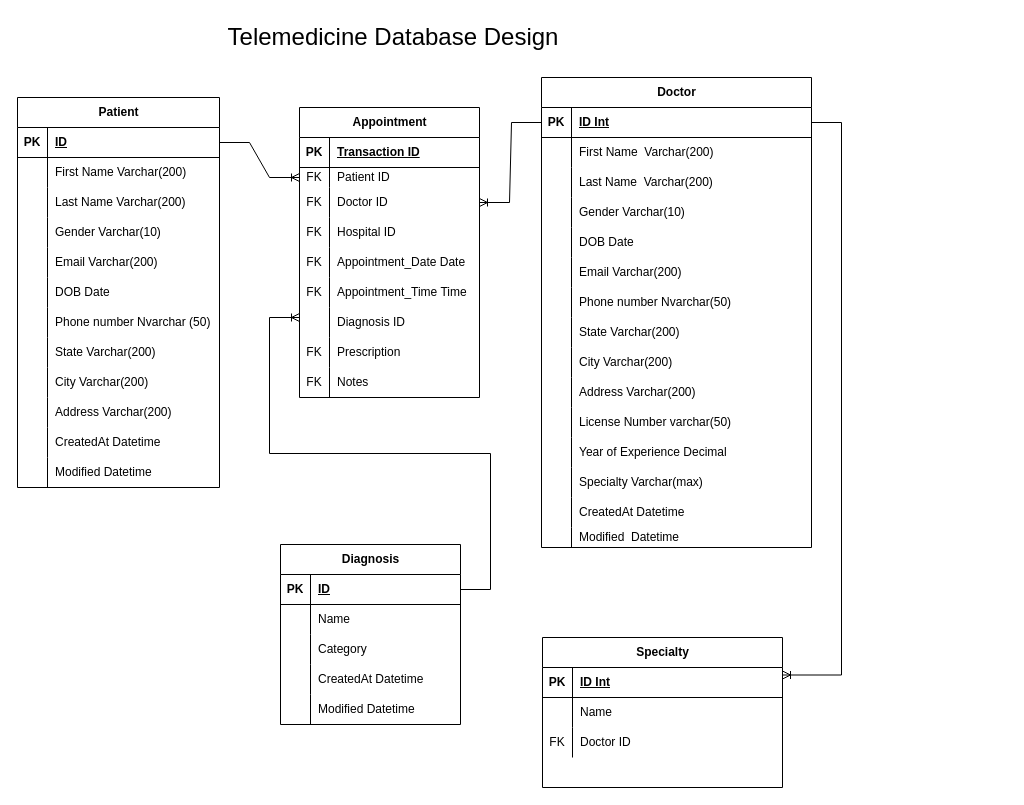
This is Telemedicine Db.drawio from Mzbeth02/Db_Design, a draw.io file, before an edit. Source tidied: cells renumbered, new cells numbered last; positions are measured from the earlier drawing's top-left corner, leaving out a move shared by most shapes. Both pictures are drawn from the tidied source at 100%, with x=0, y=0 at pixel (17, 22).
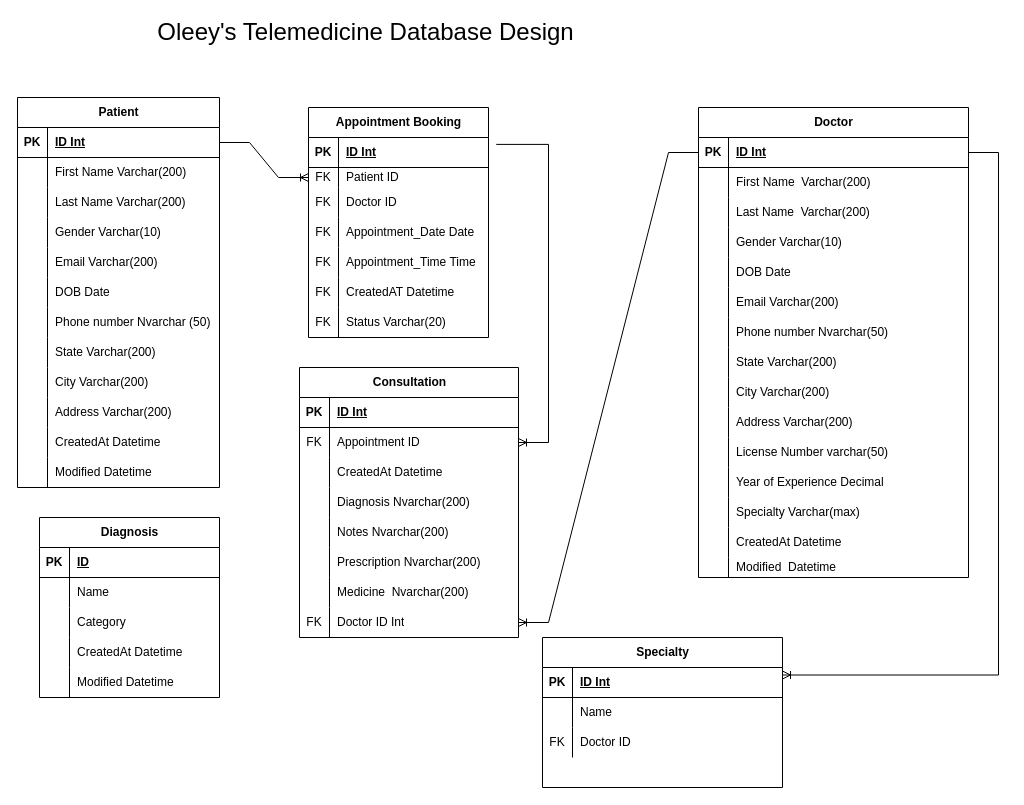
The same diagram, later.

Unchanged cells that the change refers to:
```xml
<mxCell id="3" style="shape=tableRow;horizontal=0;startSize=0;swimlaneHead=0;swimlaneBody=0;fillColor=none;points=[[0,0.5],[1,0.5]];portConstraint=eastwest;top=0;left=0;right=0;bottom=1;" parent="2" vertex="1">
  <mxGeometry y="30" width="270" height="30" as="geometry" />
</mxCell>
<mxCell id="50" style="shape=tableRow;horizontal=0;startSize=0;swimlaneHead=0;swimlaneBody=0;fillColor=none;points=[[0,0.5],[1,0.5]];portConstraint=eastwest;top=0;left=0;right=0;bottom=1;" parent="49" vertex="1">
  <mxGeometry y="30" width="180" height="30" as="geometry" />
</mxCell>
<mxCell id="56" style="shape=tableRow;horizontal=0;startSize=0;swimlaneHead=0;swimlaneBody=0;fillColor=none;points=[[0,0.5],[1,0.5]];portConstraint=eastwest;top=0;left=0;right=0;bottom=0;" parent="49" vertex="1">
  <mxGeometry y="80" width="180" height="30" as="geometry" />
</mxCell>
<mxCell id="68" style="shape=tableRow;horizontal=0;startSize=0;swimlaneHead=0;swimlaneBody=0;fillColor=none;top=0;left=0;right=0;bottom=0;" parent="49" vertex="1">
  <mxGeometry y="200" width="180" height="30" as="geometry" />
</mxCell>
<mxCell id="78" style="shape=tableRow;horizontal=0;startSize=0;swimlaneHead=0;swimlaneBody=0;fillColor=none;points=[[0,0.5],[1,0.5]];portConstraint=eastwest;top=0;left=0;right=0;bottom=1;" parent="77" vertex="1">
  <mxGeometry y="30" width="202" height="30" as="geometry" />
</mxCell>
```

What changed in the source:
```diff
@@
     <mxCell id="2" value="Doctor" style="shape=table;startSize=30;childLayout=tableLayout;rowLines=0;fontStyle=1;align=center;html=1;" parent="1" vertex="1">
-      <mxGeometry x="524" y="55" width="270" height="470" as="geometry" />
+      <mxGeometry x="681" y="85" width="270" height="470" as="geometry" />
     </mxCell>
@@
-    <mxCell id="48" value="&lt;font style=&quot;font-size: 24px;&quot;&gt;Telemedicine Database Design&lt;/font&gt;" style="text;html=1;align=center;verticalAlign=middle;whiteSpace=wrap;rounded=0;" parent="1" vertex="1">
-      <mxGeometry x="206" width="340" height="30" as="geometry" />
+    <mxCell id="48" value="&lt;font style=&quot;font-size: 24px;&quot;&gt;Oleey's Telemedicine Database Design&lt;/font&gt;" style="text;html=1;align=center;verticalAlign=middle;whiteSpace=wrap;rounded=0;" parent="1" vertex="1">
+      <mxGeometry x="131" y="-5" width="435" height="30" as="geometry" />
     </mxCell>
-    <mxCell id="49" value="Appointment" style="shape=table;startSize=30;childLayout=tableLayout;rowLines=0;fontStyle=1;align=center;html=1;" parent="1" vertex="1">
-      <mxGeometry x="282" y="85" width="180" height="290" as="geometry" />
+    <mxCell id="49" value="Appointment Booking" style="shape=table;startSize=30;childLayout=tableLayout;rowLines=0;fontStyle=1;align=center;html=1;" parent="1" vertex="1">
+      <mxGeometry x="291" y="85" width="180" height="230" as="geometry" />
     </mxCell>
@@
-    <mxCell id="52" value="Transaction ID" style="shape=partialRectangle;fillColor=none;top=0;left=0;bottom=0;right=0;align=left;spacingLeft=6;fontStyle=5;overflow=hidden;whiteSpace=wrap;html=1;" parent="50" vertex="1">
+    <mxCell id="52" value="ID Int" style="shape=partialRectangle;fillColor=none;top=0;left=0;bottom=0;right=0;align=left;spacingLeft=6;fontStyle=5;overflow=hidden;whiteSpace=wrap;html=1;" parent="50" vertex="1">
       <mxGeometry x="30" width="150" height="30" as="geometry" />
     </mxCell>
@@
-    <mxCell id="59" style="shape=tableRow;horizontal=0;startSize=0;swimlaneHead=0;swimlaneBody=0;fillColor=none;top=0;left=0;right=0;bottom=0;" parent="49" vertex="1">
-      <mxGeometry y="110" width="180" height="30" as="geometry" />
-    </mxCell>
-    <mxCell id="60" value="FK" style="shape=partialRectangle;fillColor=none;top=0;left=0;bottom=0;right=0;overflow=hidden;whiteSpace=wrap;html=1;" parent="59" vertex="1">
-      <mxGeometry width="30" height="30" as="geometry" />
-    </mxCell>
-    <mxCell id="61" value="Hospital ID" style="shape=partialRectangle;fillColor=none;top=0;left=0;bottom=0;right=0;align=left;spacingLeft=6;overflow=hidden;whiteSpace=wrap;html=1;" parent="59" vertex="1">
-      <mxGeometry x="30" width="150" height="30" as="geometry" />
-    </mxCell>
     <mxCell id="62" style="shape=tableRow;horizontal=0;startSize=0;swimlaneHead=0;swimlaneBody=0;fillColor=none;top=0;left=0;right=0;bottom=0;" parent="49" vertex="1">
-      <mxGeometry y="140" width="180" height="30" as="geometry" />
+      <mxGeometry y="110" width="180" height="30" as="geometry" />
     </mxCell>
@@
     <mxCell id="65" style="shape=tableRow;horizontal=0;startSize=0;swimlaneHead=0;swimlaneBody=0;fillColor=none;top=0;left=0;right=0;bottom=0;" parent="49" vertex="1">
-      <mxGeometry y="170" width="180" height="30" as="geometry" />
+      <mxGeometry y="140" width="180" height="30" as="geometry" />
     </mxCell>
@@
+    <mxCell id="144" style="shape=tableRow;horizontal=0;startSize=0;swimlaneHead=0;swimlaneBody=0;fillColor=none;top=0;left=0;right=0;bottom=0;" parent="49" vertex="1">
+      <mxGeometry y="170" width="180" height="30" as="geometry" />
+    </mxCell>
+    <mxCell id="145" value="FK" style="shape=partialRectangle;fillColor=none;top=0;left=0;bottom=0;right=0;overflow=hidden;whiteSpace=wrap;html=1;" parent="144" vertex="1">
+      <mxGeometry width="30" height="30" as="geometry" />
+    </mxCell>
+    <mxCell id="146" value="CreatedAT Datetime" style="shape=partialRectangle;fillColor=none;top=0;left=0;bottom=0;right=0;align=left;spacingLeft=6;overflow=hidden;whiteSpace=wrap;html=1;" parent="144" vertex="1">
+      <mxGeometry x="30" width="150" height="30" as="geometry" />
+    </mxCell>
@@
-    <mxCell id="69" style="shape=partialRectangle;fillColor=none;top=0;left=0;bottom=0;right=0;overflow=hidden;whiteSpace=wrap;html=1;" parent="68" vertex="1">
-      <mxGeometry width="30" height="30" as="geometry" />
-    </mxCell>
-    <mxCell id="70" value="Diagnosis ID" style="shape=partialRectangle;fillColor=none;top=0;left=0;bottom=0;right=0;align=left;spacingLeft=6;overflow=hidden;whiteSpace=wrap;html=1;" parent="68" vertex="1">
-      <mxGeometry x="30" width="150" height="30" as="geometry" />
-    </mxCell>
-    <mxCell id="71" style="shape=tableRow;horizontal=0;startSize=0;swimlaneHead=0;swimlaneBody=0;fillColor=none;top=0;left=0;right=0;bottom=0;" parent="49" vertex="1">
-      <mxGeometry y="230" width="180" height="30" as="geometry" />
-    </mxCell>
-    <mxCell id="72" value="FK" style="shape=partialRectangle;fillColor=none;top=0;left=0;bottom=0;right=0;overflow=hidden;whiteSpace=wrap;html=1;" parent="71" vertex="1">
-      <mxGeometry width="30" height="30" as="geometry" />
-    </mxCell>
-    <mxCell id="73" value="Prescription" style="shape=partialRectangle;fillColor=none;top=0;left=0;bottom=0;right=0;align=left;spacingLeft=6;overflow=hidden;whiteSpace=wrap;html=1;" parent="71" vertex="1">
-      <mxGeometry x="30" width="150" height="30" as="geometry" />
-    </mxCell>
-    <mxCell id="74" style="shape=tableRow;horizontal=0;startSize=0;swimlaneHead=0;swimlaneBody=0;fillColor=none;top=0;left=0;right=0;bottom=0;" parent="49" vertex="1">
-      <mxGeometry y="260" width="180" height="30" as="geometry" />
-    </mxCell>
-    <mxCell id="75" value="FK" style="shape=partialRectangle;fillColor=none;top=0;left=0;bottom=0;right=0;overflow=hidden;whiteSpace=wrap;html=1;" parent="74" vertex="1">
-      <mxGeometry width="30" height="30" as="geometry" />
-    </mxCell>
-    <mxCell id="76" value="Notes" style="shape=partialRectangle;fillColor=none;top=0;left=0;bottom=0;right=0;align=left;spacingLeft=6;overflow=hidden;whiteSpace=wrap;html=1;" parent="74" vertex="1">
-      <mxGeometry x="30" width="150" height="30" as="geometry" />
-    </mxCell>
+    <mxCell id="147" value="FK" style="shape=partialRectangle;fillColor=none;top=0;left=0;bottom=0;right=0;overflow=hidden;whiteSpace=wrap;html=1;" parent="68" vertex="1">
+      <mxGeometry width="30" height="30" as="geometry" />
+    </mxCell>
+    <mxCell id="148" value="Status Varchar(20)" style="shape=partialRectangle;fillColor=none;top=0;left=0;bottom=0;right=0;align=left;spacingLeft=6;overflow=hidden;whiteSpace=wrap;html=1;" parent="68" vertex="1">
+      <mxGeometry x="30" width="150" height="30" as="geometry" />
+    </mxCell>
@@
-    <mxCell id="80" value="ID" style="shape=partialRectangle;fillColor=none;top=0;left=0;bottom=0;right=0;align=left;spacingLeft=6;fontStyle=5;overflow=hidden;whiteSpace=wrap;html=1;" parent="78" vertex="1">
+    <mxCell id="80" value="ID Int" style="shape=partialRectangle;fillColor=none;top=0;left=0;bottom=0;right=0;align=left;spacingLeft=6;fontStyle=5;overflow=hidden;whiteSpace=wrap;html=1;" parent="78" vertex="1">
       <mxGeometry x="30" width="172" height="30" as="geometry" />
     </mxCell>
@@
     <mxCell id="114" value="Diagnosis" style="shape=table;startSize=30;childLayout=tableLayout;rowLines=0;fontStyle=1;align=center;html=1;" parent="1" vertex="1">
-      <mxGeometry x="263" y="522" width="180" height="180" as="geometry" />
+      <mxGeometry x="22" y="495" width="180" height="180" as="geometry" />
     </mxCell>
@@
-    <mxCell id="141" style="edgeStyle=entityRelationEdgeStyle;fontSize=12;html=1;endArrow=ERoneToMany;rounded=0;entryX=1;entryY=0.5;entryDx=0;entryDy=0;exitX=0;exitY=0.5;exitDx=0;exitDy=0;" parent="1" edge="1" source="3" target="56">
-      <mxGeometry relative="1" as="geometry">
-        <Array as="points">
-          <mxPoint x="425" y="385" />
-          <mxPoint x="395" y="425" />
-          <mxPoint x="529" y="176" />
-          <mxPoint x="515" y="180" />
-          <mxPoint x="405" y="455" />
-        </Array>
-      </mxGeometry>
-    </mxCell>
@@
-    <mxCell id="143" style="edgeStyle=entityRelationEdgeStyle;fontSize=12;html=1;endArrow=ERoneToMany;rounded=0;exitX=1;exitY=0.25;exitDx=0;exitDy=0;" parent="1" edge="1" source="114">
-      <mxGeometry relative="1" as="geometry">
-        <mxPoint x="282" y="295" as="targetPoint" />
-        <Array as="points">
-          <mxPoint x="211" y="655" />
-          <mxPoint x="201" y="665" />
-        </Array>
-      </mxGeometry>
-    </mxCell>
+    <mxCell id="149" value="Consultation" style="shape=table;startSize=30;childLayout=tableLayout;rowLines=0;fontStyle=1;align=center;html=1;" parent="1" vertex="1">
+      <mxGeometry x="282" y="345" width="219" height="270" as="geometry" />
+    </mxCell>
+    <mxCell id="150" style="shape=tableRow;horizontal=0;startSize=0;swimlaneHead=0;swimlaneBody=0;fillColor=none;top=0;left=0;right=0;bottom=1;" parent="149" vertex="1">
+      <mxGeometry y="30" width="219" height="30" as="geometry" />
+    </mxCell>
+    <mxCell id="151" value="PK" style="shape=partialRectangle;fillColor=none;top=0;left=0;bottom=0;right=0;fontStyle=1;overflow=hidden;whiteSpace=wrap;html=1;" parent="150" vertex="1">
+      <mxGeometry width="30" height="30" as="geometry" />
+    </mxCell>
+    <mxCell id="152" value="ID Int" style="shape=partialRectangle;fillColor=none;top=0;left=0;bottom=0;right=0;align=left;spacingLeft=6;fontStyle=5;overflow=hidden;whiteSpace=wrap;html=1;" parent="150" vertex="1">
+      <mxGeometry x="30" width="189" height="30" as="geometry" />
+    </mxCell>
+    <mxCell id="153" style="shape=tableRow;horizontal=0;startSize=0;swimlaneHead=0;swimlaneBody=0;fillColor=none;points=[[0,0.5],[1,0.5]];portConstraint=eastwest;top=0;left=0;right=0;bottom=0;" parent="149" vertex="1">
+      <mxGeometry y="60" width="219" height="30" as="geometry" />
+    </mxCell>
+    <mxCell id="154" value="FK" style="shape=partialRectangle;fillColor=none;top=0;left=0;bottom=0;right=0;overflow=hidden;whiteSpace=wrap;html=1;" parent="153" vertex="1">
+      <mxGeometry width="30" height="30" as="geometry" />
+    </mxCell>
+    <mxCell id="155" value="Appointment ID" style="shape=partialRectangle;fillColor=none;top=0;left=0;bottom=0;right=0;align=left;spacingLeft=6;overflow=hidden;whiteSpace=wrap;html=1;" parent="153" vertex="1">
+      <mxGeometry x="30" width="189" height="30" as="geometry" />
+    </mxCell>
+    <mxCell id="156" style="shape=tableRow;horizontal=0;startSize=0;swimlaneHead=0;swimlaneBody=0;fillColor=none;top=0;left=0;right=0;bottom=0;" parent="149" vertex="1">
+      <mxGeometry y="90" width="219" height="30" as="geometry" />
+    </mxCell>
+    <mxCell id="157" style="shape=partialRectangle;fillColor=none;top=0;left=0;bottom=0;right=0;overflow=hidden;whiteSpace=wrap;html=1;" parent="156" vertex="1">
+      <mxGeometry width="30" height="30" as="geometry" />
+    </mxCell>
+    <mxCell id="158" value="CreatedAt Datetime" style="shape=partialRectangle;fillColor=none;top=0;left=0;bottom=0;right=0;align=left;spacingLeft=6;overflow=hidden;whiteSpace=wrap;html=1;" parent="156" vertex="1">
+      <mxGeometry x="30" width="189" height="30" as="geometry" />
+    </mxCell>
+    <mxCell id="159" style="shape=tableRow;horizontal=0;startSize=0;swimlaneHead=0;swimlaneBody=0;fillColor=none;top=0;left=0;right=0;bottom=0;" parent="149" vertex="1">
+      <mxGeometry y="120" width="219" height="30" as="geometry" />
+    </mxCell>
+    <mxCell id="160" style="shape=partialRectangle;fillColor=none;top=0;left=0;bottom=0;right=0;overflow=hidden;whiteSpace=wrap;html=1;" parent="159" vertex="1">
+      <mxGeometry width="30" height="30" as="geometry" />
+    </mxCell>
+    <mxCell id="161" value="Diagnosis Nvarchar(200)" style="shape=partialRectangle;fillColor=none;top=0;left=0;bottom=0;right=0;align=left;spacingLeft=6;overflow=hidden;whiteSpace=wrap;html=1;" parent="159" vertex="1">
+      <mxGeometry x="30" width="189" height="30" as="geometry" />
+    </mxCell>
+    <mxCell id="162" style="shape=tableRow;horizontal=0;startSize=0;swimlaneHead=0;swimlaneBody=0;fillColor=none;top=0;left=0;right=0;bottom=0;" parent="149" vertex="1">
+      <mxGeometry y="150" width="219" height="30" as="geometry" />
+    </mxCell>
+    <mxCell id="163" style="shape=partialRectangle;fillColor=none;top=0;left=0;bottom=0;right=0;overflow=hidden;whiteSpace=wrap;html=1;" parent="162" vertex="1">
+      <mxGeometry width="30" height="30" as="geometry" />
+    </mxCell>
+    <mxCell id="164" value="Notes Nvarchar(200)" style="shape=partialRectangle;fillColor=none;top=0;left=0;bottom=0;right=0;align=left;spacingLeft=6;overflow=hidden;whiteSpace=wrap;html=1;" parent="162" vertex="1">
+      <mxGeometry x="30" width="189" height="30" as="geometry" />
+    </mxCell>
+    <mxCell id="165" style="shape=tableRow;horizontal=0;startSize=0;swimlaneHead=0;swimlaneBody=0;fillColor=none;top=0;left=0;right=0;bottom=0;" parent="149" vertex="1">
+      <mxGeometry y="180" width="219" height="30" as="geometry" />
+    </mxCell>
+    <mxCell id="166" style="shape=partialRectangle;fillColor=none;top=0;left=0;bottom=0;right=0;overflow=hidden;whiteSpace=wrap;html=1;" parent="165" vertex="1">
+      <mxGeometry width="30" height="30" as="geometry" />
+    </mxCell>
+    <mxCell id="167" value="Prescription Nvarchar(200)" style="shape=partialRectangle;fillColor=none;top=0;left=0;bottom=0;right=0;align=left;spacingLeft=6;overflow=hidden;whiteSpace=wrap;html=1;" parent="165" vertex="1">
+      <mxGeometry x="30" width="189" height="30" as="geometry" />
+    </mxCell>
+    <mxCell id="168" style="shape=tableRow;horizontal=0;startSize=0;swimlaneHead=0;swimlaneBody=0;fillColor=none;top=0;left=0;right=0;bottom=0;" parent="149" vertex="1">
+      <mxGeometry y="210" width="219" height="30" as="geometry" />
+    </mxCell>
+    <mxCell id="169" style="shape=partialRectangle;fillColor=none;top=0;left=0;bottom=0;right=0;overflow=hidden;whiteSpace=wrap;html=1;" parent="168" vertex="1">
+      <mxGeometry width="30" height="30" as="geometry" />
+    </mxCell>
+    <mxCell id="170" value="Medicine&amp;nbsp; Nvarchar(200)" style="shape=partialRectangle;fillColor=none;top=0;left=0;bottom=0;right=0;align=left;spacingLeft=6;overflow=hidden;whiteSpace=wrap;html=1;" parent="168" vertex="1">
+      <mxGeometry x="30" width="189" height="30" as="geometry" />
+    </mxCell>
+    <mxCell id="171" style="shape=tableRow;horizontal=0;startSize=0;swimlaneHead=0;swimlaneBody=0;fillColor=none;points=[[0,0.5],[1,0.5]];portConstraint=eastwest;top=0;left=0;right=0;bottom=0;" parent="149" vertex="1">
+      <mxGeometry y="240" width="219" height="30" as="geometry" />
+    </mxCell>
+    <mxCell id="172" value="FK" style="shape=partialRectangle;fillColor=none;top=0;left=0;bottom=0;right=0;overflow=hidden;whiteSpace=wrap;html=1;" parent="171" vertex="1">
+      <mxGeometry width="30" height="30" as="geometry" />
+    </mxCell>
+    <mxCell id="173" value="Doctor ID Int" style="shape=partialRectangle;fillColor=none;top=0;left=0;bottom=0;right=0;align=left;spacingLeft=6;overflow=hidden;whiteSpace=wrap;html=1;" parent="171" vertex="1">
+      <mxGeometry x="30" width="189" height="30" as="geometry" />
+    </mxCell>
+    <mxCell id="174" style="edgeStyle=entityRelationEdgeStyle;fontSize=12;html=1;endArrow=ERoneToMany;rounded=0;entryX=1;entryY=0.5;entryDx=0;entryDy=0;exitX=0;exitY=0.5;exitDx=0;exitDy=0;" parent="1" edge="1" source="3" target="171">
+      <mxGeometry relative="1" as="geometry" />
+    </mxCell>
+    <mxCell id="175" style="edgeStyle=entityRelationEdgeStyle;fontSize=12;html=1;endArrow=ERoneToMany;rounded=0;exitX=1.043;exitY=0.23;exitDx=0;exitDy=0;exitPerimeter=0;" parent="1" edge="1" source="50" target="153">
+      <mxGeometry relative="1" as="geometry" />
+    </mxCell>
```
